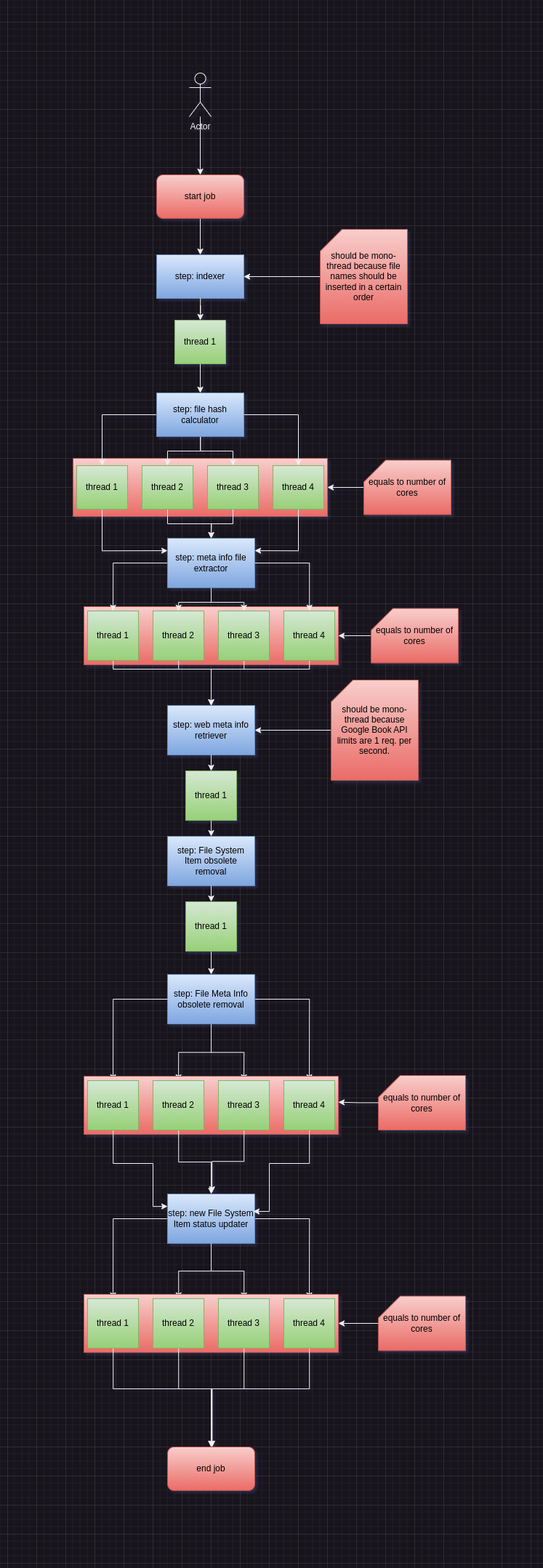
This is images/job_steps.png from goto-eof/europea-library-server, a draw.io export, as it was before one commit. Source tidied: cells renumbered, new cells last; positions are measured from the earlier drawing's top-left corner, leaving out a move shared by most shapes.
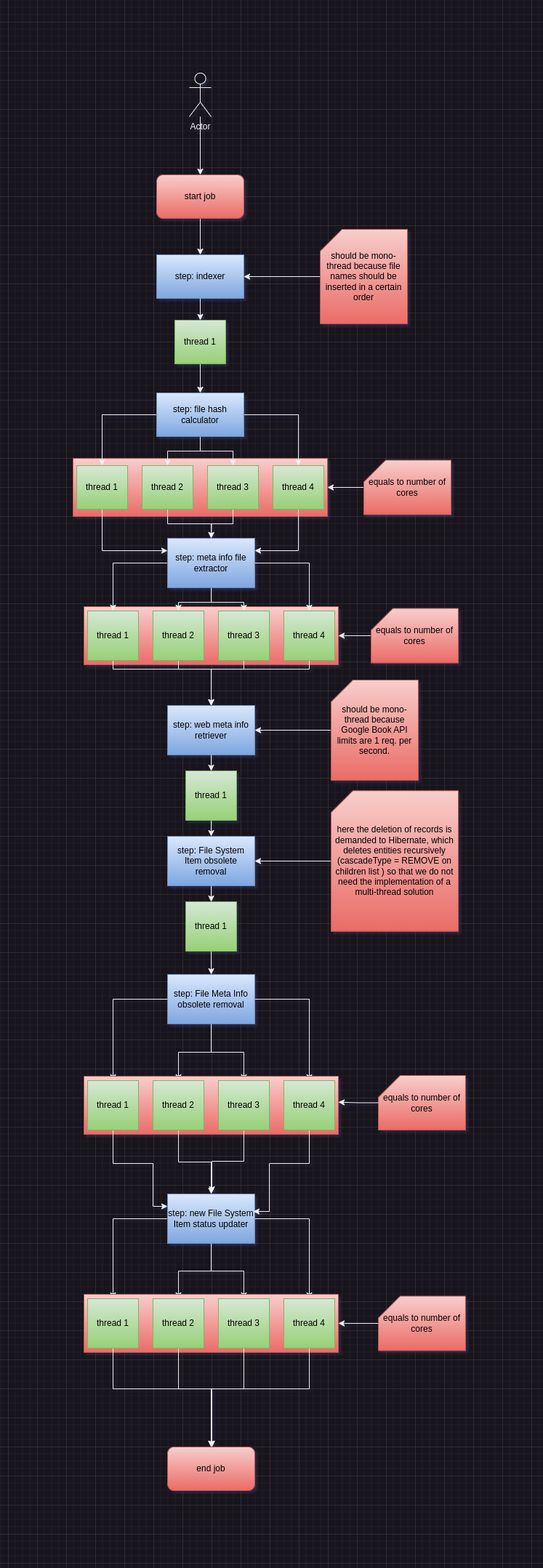
After the commit.

The edit, as a diff of the source:
```diff
@@ -327,5 +327,11 @@
     <mxCell id="86" style="edgeStyle=orthogonalEdgeStyle;rounded=0;jettySize=auto;html=1;entryX=1;entryY=0.5;entryDx=0;entryDy=0;" parent="1" edge="1" source="84" target="73">
       <mxGeometry relative="1" as="geometry" />
     </mxCell>
+    <mxCell id="87" style="edgeStyle=orthogonalEdgeStyle;rounded=0;jettySize=auto;html=1;entryX=1;entryY=0.5;entryDx=0;entryDy=0;" parent="1" edge="1" source="88" target="29">
+      <mxGeometry relative="1" as="geometry" />
+    </mxCell>
+    <mxCell id="88" value="here the deletion of records is demanded to Hibernate, which deletes entities recursively (cascadeType = REMOVE on children list ) so that we do not need the implementation of a multi-thread solution" style="shape=card;whiteSpace=wrap;html=1;fillColor=#f8cecc;gradientColor=#ea6b66;strokeColor=#b85450;fontColor=#000000;" parent="1" vertex="1">
+      <mxGeometry x="355" y="987.2" width="175" height="193.5" as="geometry" />
+    </mxCell>
   </root>
 </mxGraphModel>
```
